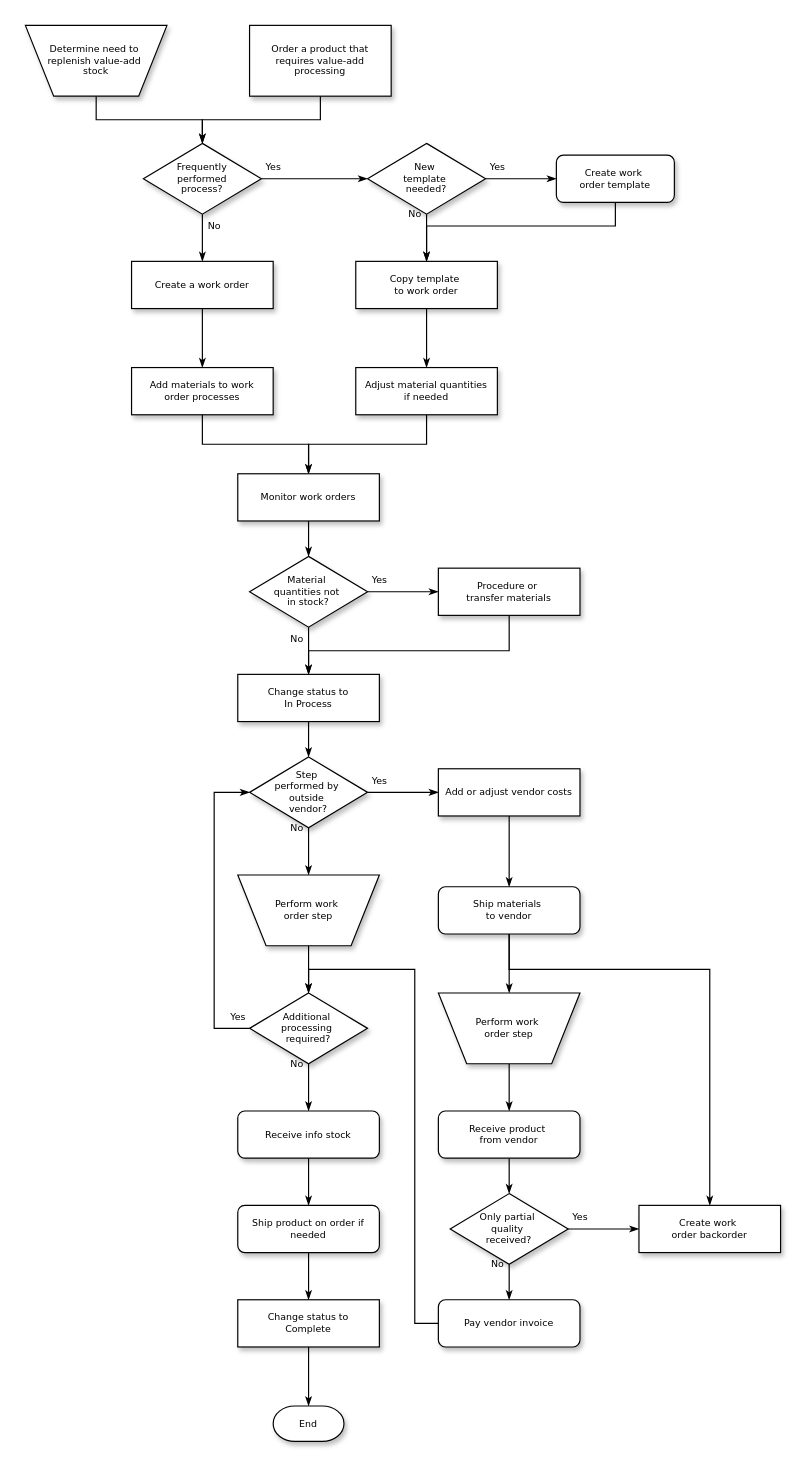
Before: Untitled Diagram.drawio in sd19surf/brad_test, a draw.io diagram. Source tidied: cells renumbered, new cells numbered last; positions are measured from the earlier drawing's top-left corner, leaving out a move shared by most shapes. Both pictures are drawn from the tidied source at 118%, with x=0, y=0 at pixel (25, 25).
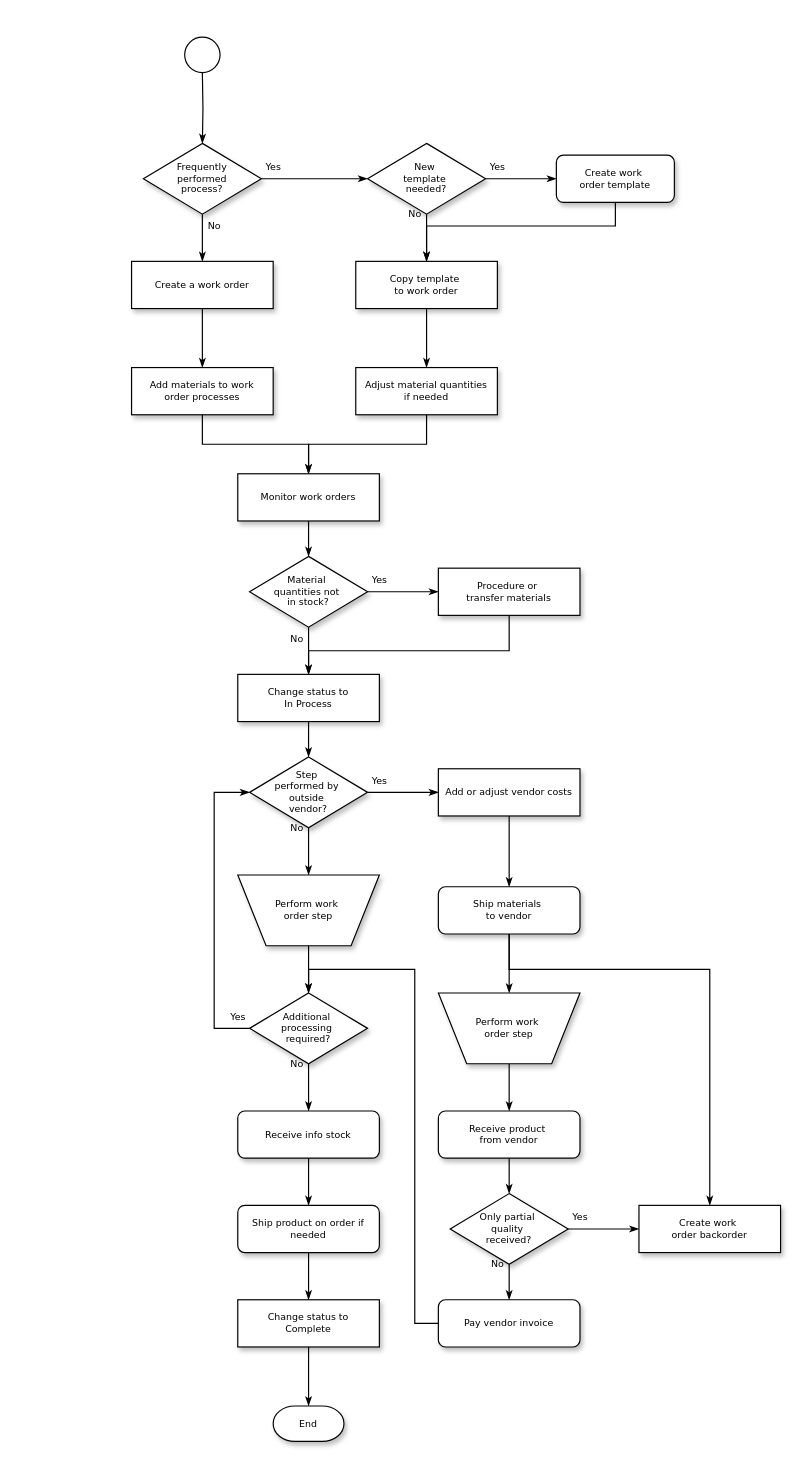
Above is the later version.

Unchanged cells that the change refers to:
```xml
<mxCell id="8" value="Frequently&lt;div&gt;performed&lt;/div&gt;&lt;div&gt;process?&lt;/div&gt;" style="rhombus;whiteSpace=wrap;html=1;rounded=0;shadow=1;labelBackgroundColor=none;strokeWidth=1;fontFamily=Verdana;fontSize=8;align=center;" parent="1" vertex="1">
  <mxGeometry x="100" y="100" width="100" height="60" as="geometry" />
</mxCell>
```

The edit, as a diff of the source:
```diff
@@
-    <mxCell id="2" style="edgeStyle=orthogonalEdgeStyle;rounded=0;html=1;labelBackgroundColor=none;startSize=5;endArrow=classicThin;endFill=1;endSize=5;jettySize=auto;strokeWidth=1;fontFamily=Verdana;fontSize=8;" parent="1" edge="1" source="3" target="8">
-      <mxGeometry relative="1" as="geometry" />
-    </mxCell>
-    <mxCell id="3" value="Determine need to&amp;nbsp;&lt;div&gt;replenish value-add&amp;nbsp;&lt;/div&gt;&lt;div&gt;stock&lt;/div&gt;" style="shape=trapezoid;whiteSpace=wrap;html=1;rounded=0;shadow=1;labelBackgroundColor=none;strokeWidth=1;fontFamily=Verdana;fontSize=8;align=center;flipV=1;" parent="1" vertex="1">
-      <mxGeometry width="120" height="60" as="geometry" />
-    </mxCell>
-    <mxCell id="4" style="edgeStyle=orthogonalEdgeStyle;rounded=0;html=1;labelBackgroundColor=none;startSize=5;endArrow=classicThin;endFill=1;endSize=5;jettySize=auto;strokeWidth=1;fontFamily=Verdana;fontSize=8;" parent="1" edge="1" source="5" target="8">
-      <mxGeometry relative="1" as="geometry" />
+    <mxCell id="4" style="edgeStyle=orthogonalEdgeStyle;rounded=0;html=1;labelBackgroundColor=none;startSize=5;endArrow=classicThin;endFill=1;endSize=5;jettySize=auto;strokeWidth=1;fontFamily=Verdana;fontSize=8;" parent="1" edge="1" target="8">
+      <mxGeometry relative="1" as="geometry">
+        <mxPoint x="150" y="40" as="sourcePoint" />
+      </mxGeometry>
     </mxCell>
-    <mxCell id="5" value="Order a product that&lt;div&gt;requires value-add processing&lt;/div&gt;" style="rounded=0;whiteSpace=wrap;html=1;shadow=1;labelBackgroundColor=none;strokeWidth=1;fontFamily=Verdana;fontSize=8;align=center;" parent="1" vertex="1">
-      <mxGeometry x="190" width="120" height="60" as="geometry" />
-    </mxCell>
@@
+    <mxCell id="61" style="ellipse;whiteSpace=wrap;html=1;" parent="1" vertex="1">
+      <mxGeometry x="135" y="10" width="30" height="30" as="geometry" />
+    </mxCell>
```
